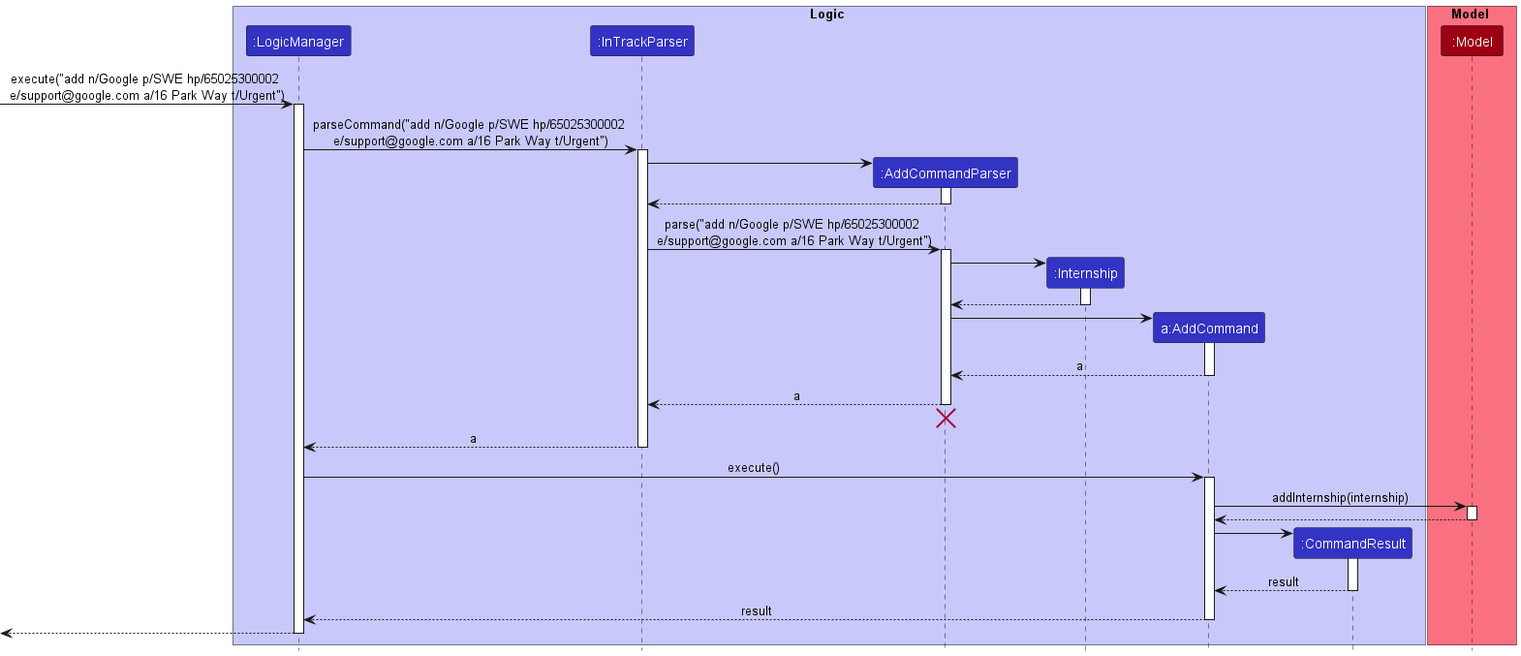
Above: docs/images/AddSequenceDiagram.png in nus-cs2103-AY2223S1/tp (PlantUML), before the change.
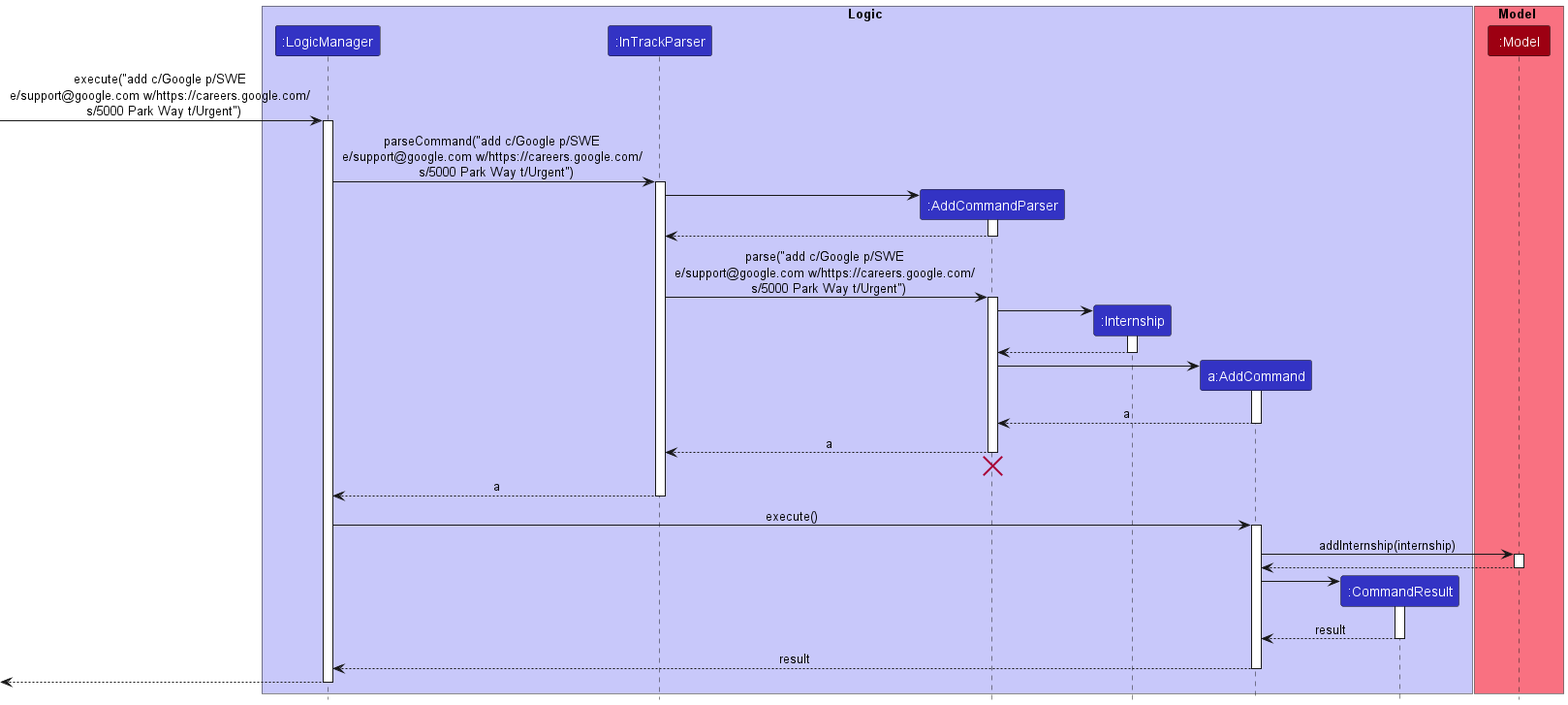
The same file after the commit.

Commit message:
Edit add diagrams to reflect InTrack

Diff of the diagram source:
```diff
@@ -14,10 +14,10 @@
 participant ":Model" as Model MODEL_COLOR
 end box
 
-[-> LogicManager : execute("add n/Google p/SWE hp/65025300002 \ne/support@google.com a/16 Park Way t/Urgent")
+[-> LogicManager : execute("add c/Google p/SWE \ne/support@google.com w/https://careers.google.com/ \n s/5000 Park Way t/Urgent")
 activate LogicManager
 
-LogicManager -> InTrackParser : parseCommand("add n/Google p/SWE hp/65025300002 \ne/support@google.com a/16 Park Way t/Urgent")
+LogicManager -> InTrackParser : parseCommand("add c/Google p/SWE \ne/support@google.com w/https://careers.google.com/ \n s/5000 Park Way t/Urgent")
 activate InTrackParser
 
 create AddCommandParser
@@ -27,7 +27,7 @@
 AddCommandParser --> InTrackParser
 deactivate AddCommandParser
 
-InTrackParser -> AddCommandParser : parse("add n/Google p/SWE hp/65025300002 \ne/support@google.com a/16 Park Way t/Urgent")
+InTrackParser -> AddCommandParser : parse("add c/Google p/SWE \ne/support@google.com w/https://careers.google.com/ \n s/5000 Park Way t/Urgent")
 activate AddCommandParser
 
 create Internship
```
